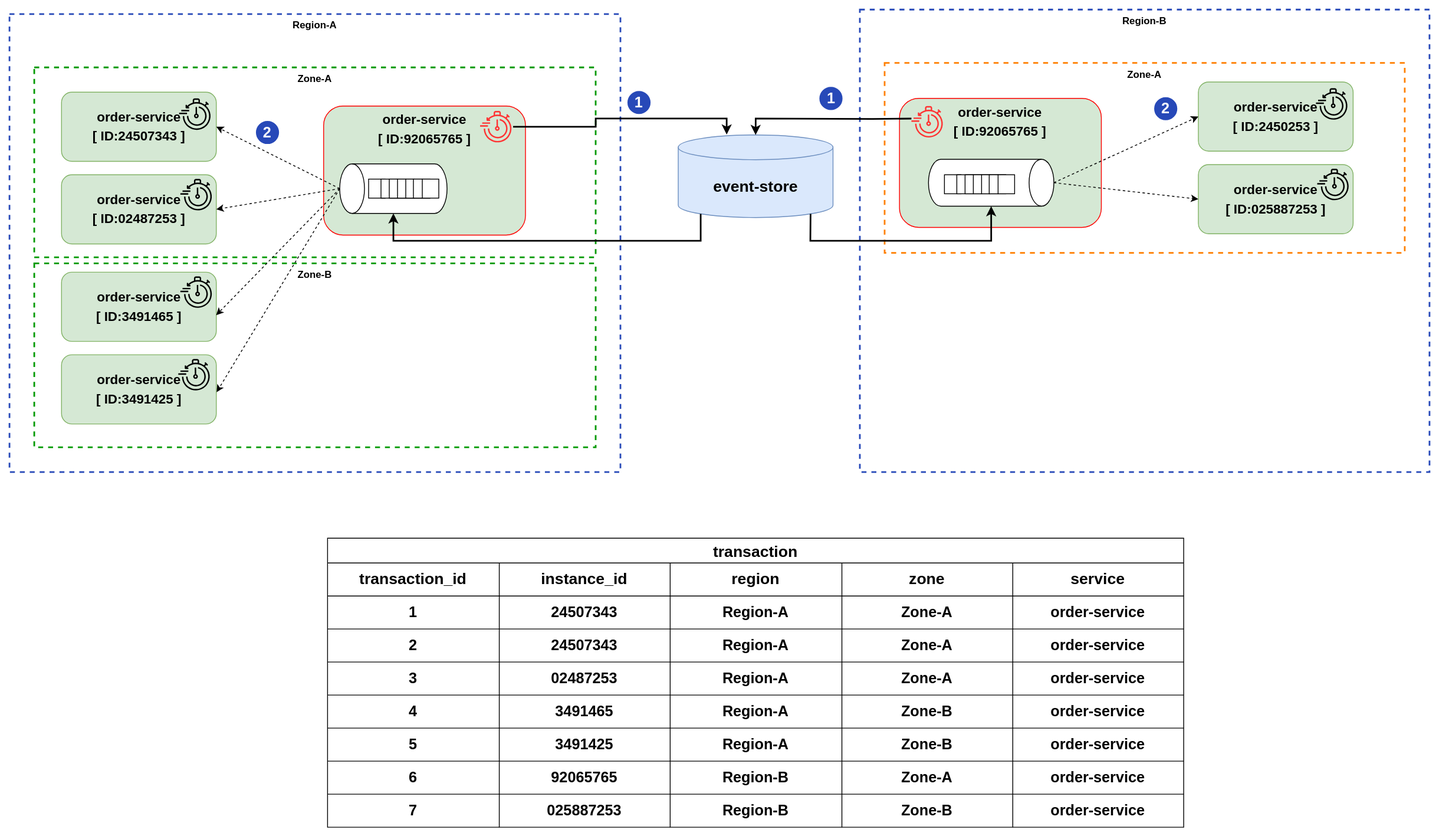
Above: docs/modules/architecture/images/stacksaga-diagram-master-slaves-leader-election.drawio.svg in stacksaga/stacksaga-docs (draw.io), before the change. Source tidied: cells renumbered, new cells last; positions are measured from the earlier drawing's top-left corner, leaving out a move shared by most shapes.
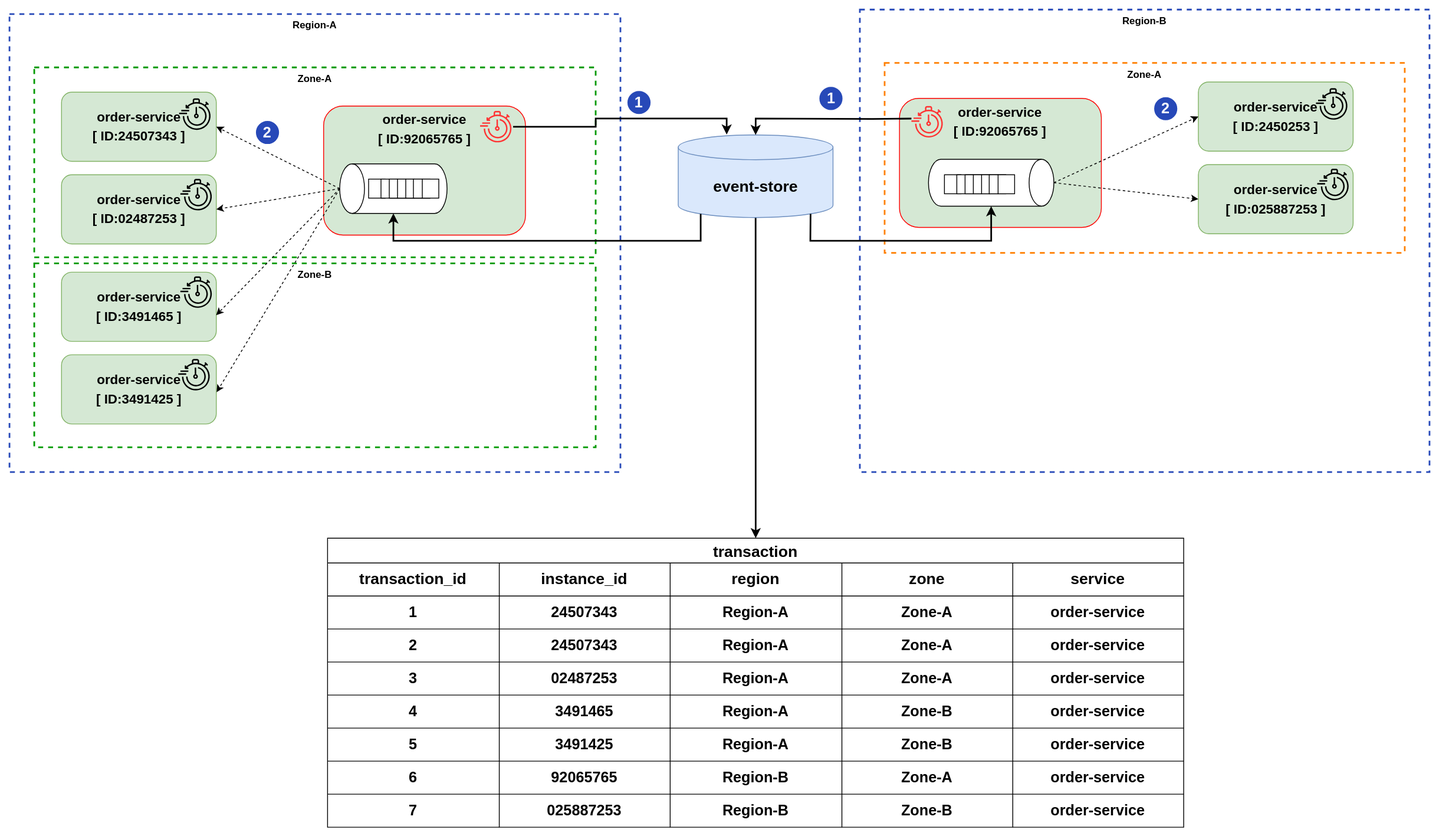
After the change.

The edit, as a diff of the source:
```diff
@@ -26,6 +26,9 @@
     <mxCell id="9" value="&lt;div style=&quot;font-size: 16px;&quot;&gt;&lt;font style=&quot;font-size: 16px;&quot;&gt;order-service&lt;/font&gt;&lt;/div&gt;&lt;div style=&quot;font-size: 16px;&quot;&gt;&lt;sub style=&quot;font-size: 16px;&quot;&gt;&lt;font style=&quot;font-size: 16px;&quot;&gt;[ ID:3491425 ]&lt;/font&gt;&lt;/sub&gt;&lt;/div&gt;" style="rounded=1;whiteSpace=wrap;html=1;glass=0;fontSize=16;fillColor=#d5e8d4;strokeColor=#82b366;fontStyle=1;" parent="1" vertex="1">
       <mxGeometry x="63" y="418" width="187.5" height="83.8" as="geometry" />
     </mxCell>
+    <mxCell id="105" style="edgeStyle=orthogonalEdgeStyle;rounded=0;jettySize=auto;html=1;strokeWidth=2;" parent="1" edge="1" source="10" target="56">
+      <mxGeometry relative="1" as="geometry" />
+    </mxCell>
     <mxCell id="10" value="event-store" style="shape=cylinder3;whiteSpace=wrap;html=1;boundedLbl=1;backgroundOutline=1;size=15;fontSize=19;fillColor=#dae8fc;strokeColor=#6c8ebf;fontStyle=1;" parent="1" vertex="1">
       <mxGeometry x="810" y="151.8" width="187.5" height="100" as="geometry" />
     </mxCell>
```
